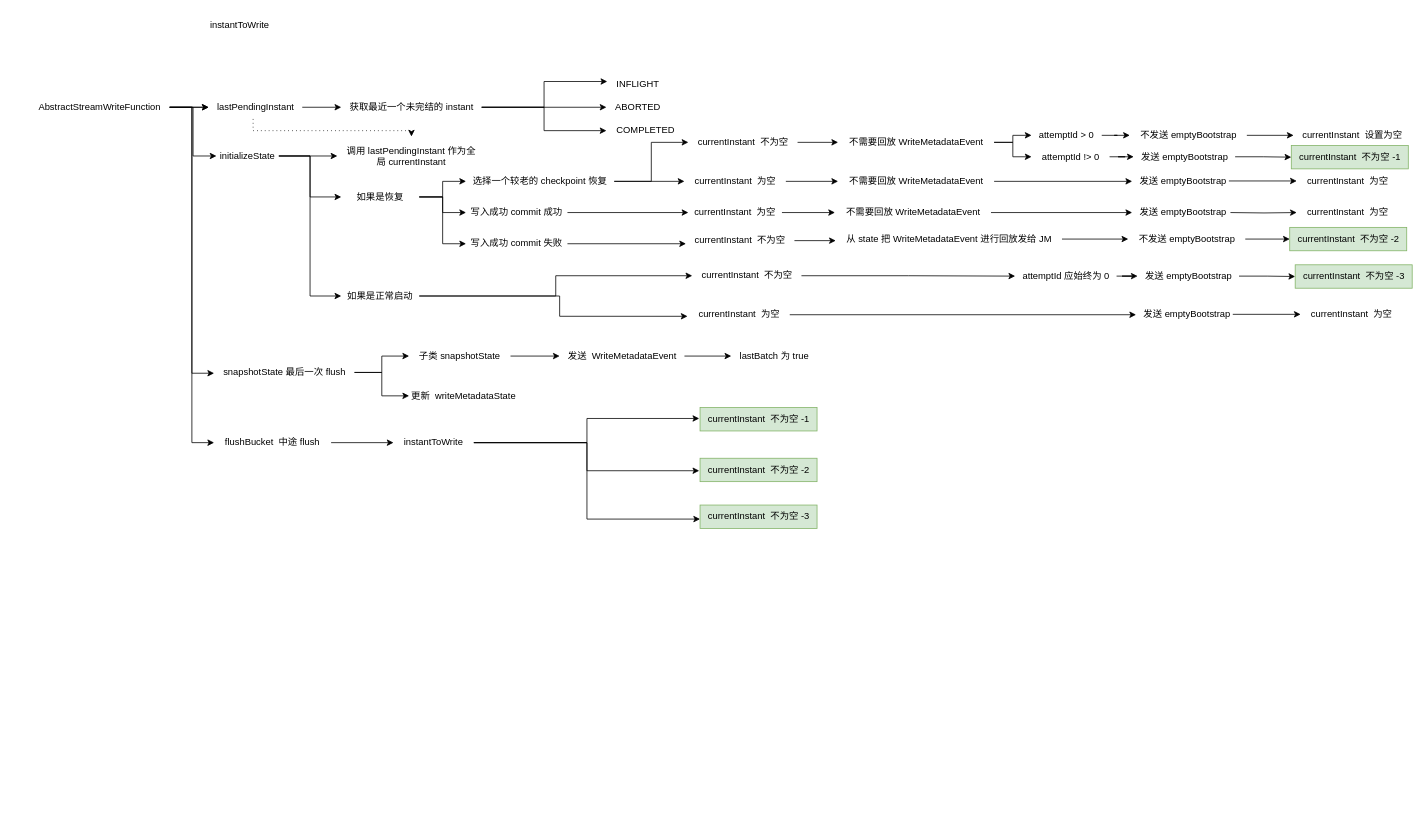
Before: hudi flink.drawio in loukey-lj/WX, a draw.io diagram. Source tidied: cells renumbered, new cells numbered last; positions are measured from the earlier drawing's top-left corner, leaving out a move shared by most shapes. Both pictures are drawn from the tidied source at 78%, with x=0, y=0 at pixel (29, 13).
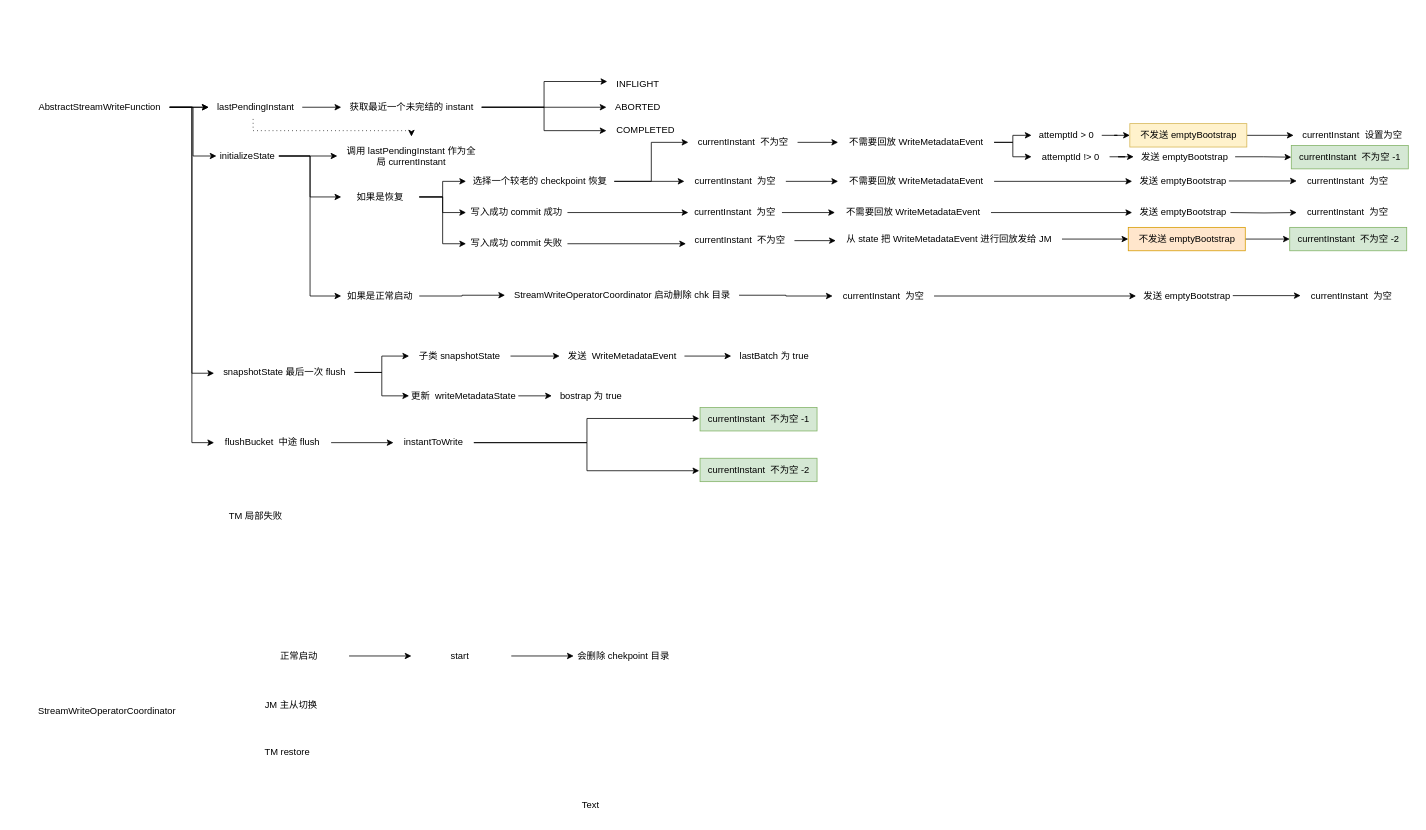
The same diagram, later.

The change refers to these unchanged cells:
```xml
<mxCell id="72" value="如果是正常启动" style="text;html=1;strokeColor=none;fillColor=none;align=center;verticalAlign=middle;whiteSpace=wrap;rounded=0;" parent="1" vertex="1">
  <mxGeometry x="400" y="347" width="100" height="30" as="geometry" />
</mxCell>
<mxCell id="90" value="更新&amp;nbsp;&amp;nbsp;writeMetadataState" style="text;html=1;strokeColor=none;fillColor=none;align=center;verticalAlign=middle;whiteSpace=wrap;rounded=0;shadow=0;" parent="1" vertex="1">
  <mxGeometry x="487" y="475" width="140" height="30" as="geometry" />
</mxCell>
<mxCell id="100" value="instantToWrite" style="text;html=1;strokeColor=none;fillColor=none;align=center;verticalAlign=middle;whiteSpace=wrap;rounded=0;shadow=0;" parent="1" vertex="1">
  <mxGeometry x="467" y="540" width="103" height="20" as="geometry" />
</mxCell>
```

Diff of the diagram source:
```diff
@@
-    <mxCell id="56" value="不发送&amp;nbsp;emptyBootstrap" style="text;html=1;align=center;verticalAlign=middle;points=[];strokeColor=none;fillColor=none;" parent="1" vertex="1">
+    <mxCell id="56" value="不发送&amp;nbsp;emptyBootstrap" style="text;html=1;align=center;verticalAlign=middle;points=[];strokeColor=#d6b656;fillColor=#fff2cc;" parent="1" vertex="1">
       <mxGeometry x="1411" y="141" width="150" height="30" as="geometry" />
     </mxCell>
@@
-    <mxCell id="68" value="不发送&amp;nbsp;emptyBootstrap" style="text;html=1;align=center;verticalAlign=middle;points=[];strokeColor=none;fillColor=none;" parent="1" vertex="1">
+    <mxCell id="68" value="不发送&amp;nbsp;emptyBootstrap" style="text;html=1;align=center;verticalAlign=middle;points=[];strokeColor=#d79b00;fillColor=#ffe6cc;" parent="1" vertex="1">
       <mxGeometry x="1409" y="274" width="150" height="30" as="geometry" />
     </mxCell>
@@
-    <mxCell id="70" style="edgeStyle=orthogonalEdgeStyle;rounded=0;jettySize=auto;html=1;" parent="1" edge="1" source="72" target="76">
-      <mxGeometry relative="1" as="geometry" />
-    </mxCell>
-    <mxCell id="71" style="edgeStyle=orthogonalEdgeStyle;rounded=0;jettySize=auto;html=1;entryX=-0.008;entryY=0.567;entryDx=0;entryDy=0;entryPerimeter=0;" parent="1" edge="1" source="72" target="74">
-      <mxGeometry relative="1" as="geometry">
-        <Array as="points">
-          <mxPoint x="680" y="362" />
-          <mxPoint x="680" y="388" />
-        </Array>
-      </mxGeometry>
-    </mxCell>
+    <mxCell id="104" style="edgeStyle=orthogonalEdgeStyle;rounded=0;jettySize=auto;html=1;shadow=0;" parent="1" edge="1" source="72" target="116">
+      <mxGeometry relative="1" as="geometry" />
+    </mxCell>
@@
     <mxCell id="74" value="&lt;span style=&quot;&quot;&gt;currentInstant&amp;nbsp; 为空&lt;/span&gt;" style="text;html=1;align=center;verticalAlign=middle;points=[];strokeColor=none;fillColor=none;" parent="1" vertex="1">
-      <mxGeometry x="845" y="371" width="130" height="30" as="geometry" />
+      <mxGeometry x="1030" y="347" width="130" height="30" as="geometry" />
     </mxCell>
-    <mxCell id="75" style="edgeStyle=orthogonalEdgeStyle;rounded=0;jettySize=auto;html=1;" parent="1" edge="1" source="76" target="79">
-      <mxGeometry relative="1" as="geometry" />
-    </mxCell>
-    <mxCell id="76" value="&lt;span style=&quot;&quot;&gt;currentInstant&amp;nbsp; 不为空&lt;/span&gt;" style="text;html=1;align=center;verticalAlign=middle;points=[];strokeColor=none;fillColor=none;" parent="1" vertex="1">
-      <mxGeometry x="850" y="321" width="140" height="30" as="geometry" />
-    </mxCell>
     <mxCell id="77" value="发送&amp;nbsp;emptyBootstrap" style="text;html=1;align=center;verticalAlign=middle;points=[];strokeColor=none;fillColor=none;" parent="1" vertex="1">
-      <mxGeometry x="1419" y="371" width="130" height="30" as="geometry" />
+      <mxGeometry x="1419" y="347" width="130" height="30" as="geometry" />
     </mxCell>
-    <mxCell id="78" style="edgeStyle=orthogonalEdgeStyle;rounded=0;jettySize=auto;html=1;shadow=0;" parent="1" edge="1" source="79" target="81">
-      <mxGeometry relative="1" as="geometry" />
-    </mxCell>
-    <mxCell id="79" value="&lt;span style=&quot;&quot;&gt;attemptId 应始终为 0&lt;/span&gt;" style="text;html=1;align=center;verticalAlign=middle;points=[];strokeColor=none;fillColor=none;" parent="1" vertex="1">
-      <mxGeometry x="1264" y="321.5" width="130" height="30" as="geometry" />
-    </mxCell>
-    <mxCell id="80" style="edgeStyle=orthogonalEdgeStyle;rounded=0;jettySize=auto;html=1;" parent="1" edge="1" source="81" target="82">
-      <mxGeometry relative="1" as="geometry" />
-    </mxCell>
-    <mxCell id="81" value="发送&amp;nbsp;emptyBootstrap" style="text;html=1;align=center;verticalAlign=middle;points=[];strokeColor=none;fillColor=none;" parent="1" vertex="1">
-      <mxGeometry x="1421" y="321.5" width="130" height="30" as="geometry" />
-    </mxCell>
-    <mxCell id="82" value="currentInstant&amp;nbsp; 不为空 -3" style="text;html=1;align=center;verticalAlign=middle;points=[];strokeColor=#82b366;fillColor=#d5e8d4;" parent="1" vertex="1">
-      <mxGeometry x="1623" y="322" width="150" height="30" as="geometry" />
-    </mxCell>
     <mxCell id="83" style="edgeStyle=orthogonalEdgeStyle;rounded=0;jettySize=auto;html=1;" parent="1" edge="1" target="84">
       <mxGeometry relative="1" as="geometry">
-        <mxPoint x="1543" y="385.5" as="sourcePoint" />
+        <mxPoint x="1543" y="361.5" as="sourcePoint" />
       </mxGeometry>
     </mxCell>
     <mxCell id="84" value="currentInstant&amp;nbsp; 为空" style="text;html=1;align=center;verticalAlign=middle;points=[];strokeColor=none;fillColor=none;" parent="1" vertex="1">
-      <mxGeometry x="1630" y="371" width="130" height="30" as="geometry" />
+      <mxGeometry x="1630" y="347" width="130" height="30" as="geometry" />
     </mxCell>
@@
+    <mxCell id="105" style="edgeStyle=orthogonalEdgeStyle;rounded=0;jettySize=auto;html=1;shadow=0;" parent="1" edge="1" source="90" target="117">
+      <mxGeometry relative="1" as="geometry" />
+    </mxCell>
@@
-    <mxCell id="91" value="instantToWrite" style="text;html=1;strokeColor=none;fillColor=none;align=center;verticalAlign=middle;whiteSpace=wrap;rounded=0;shadow=0;" parent="1" vertex="1">
-      <mxGeometry x="240" width="60" height="30" as="geometry" />
-    </mxCell>
@@
-    <mxCell id="99" style="edgeStyle=orthogonalEdgeStyle;rounded=0;jettySize=auto;html=1;entryX=0;entryY=0.6;entryDx=0;entryDy=0;entryPerimeter=0;shadow=0;" parent="1" edge="1" source="100" target="103">
-      <mxGeometry relative="1" as="geometry" />
-    </mxCell>
@@
-    <mxCell id="103" value="currentInstant&amp;nbsp; 不为空 -3" style="text;html=1;align=center;verticalAlign=middle;points=[];strokeColor=#82b366;fillColor=#d5e8d4;" parent="1" vertex="1">
-      <mxGeometry x="860" y="630" width="150" height="30" as="geometry" />
-    </mxCell>
+    <mxCell id="106" value="StreamWriteOperatorCoordinator" style="text;html=1;strokeColor=none;fillColor=none;align=center;verticalAlign=middle;whiteSpace=wrap;rounded=0;shadow=0;" parent="1" vertex="1">
+      <mxGeometry x="-20" y="870" width="240" height="50" as="geometry" />
+    </mxCell>
+    <mxCell id="107" style="edgeStyle=orthogonalEdgeStyle;rounded=0;jettySize=auto;html=1;shadow=0;" parent="1" edge="1" source="108" target="112">
+      <mxGeometry relative="1" as="geometry" />
+    </mxCell>
+    <mxCell id="108" value="正常启动" style="text;html=1;strokeColor=none;fillColor=none;align=center;verticalAlign=middle;whiteSpace=wrap;rounded=0;shadow=0;" parent="1" vertex="1">
+      <mxGeometry x="282" y="807" width="128" height="33" as="geometry" />
+    </mxCell>
+    <mxCell id="109" value="JM 主从切换" style="text;html=1;strokeColor=none;fillColor=none;align=center;verticalAlign=middle;whiteSpace=wrap;rounded=0;shadow=0;" parent="1" vertex="1">
+      <mxGeometry x="272" y="870" width="128" height="33" as="geometry" />
+    </mxCell>
+    <mxCell id="110" value="TM restore" style="text;html=1;strokeColor=none;fillColor=none;align=center;verticalAlign=middle;whiteSpace=wrap;rounded=0;shadow=0;" parent="1" vertex="1">
+      <mxGeometry x="267" y="930" width="128" height="33" as="geometry" />
+    </mxCell>
+    <mxCell id="111" style="edgeStyle=orthogonalEdgeStyle;rounded=0;jettySize=auto;html=1;shadow=0;" parent="1" edge="1" source="112" target="113">
+      <mxGeometry relative="1" as="geometry" />
+    </mxCell>
+    <mxCell id="112" value="start&amp;nbsp;" style="text;html=1;strokeColor=none;fillColor=none;align=center;verticalAlign=middle;whiteSpace=wrap;rounded=0;shadow=0;" parent="1" vertex="1">
+      <mxGeometry x="490" y="807" width="128" height="33" as="geometry" />
+    </mxCell>
+    <mxCell id="113" value="会删除 chekpoint 目录" style="text;html=1;strokeColor=none;fillColor=none;align=center;verticalAlign=middle;whiteSpace=wrap;rounded=0;shadow=0;" parent="1" vertex="1">
+      <mxGeometry x="698" y="807" width="128" height="33" as="geometry" />
+    </mxCell>
+    <mxCell id="114" value="TM 局部失败" style="text;html=1;align=center;verticalAlign=middle;strokeColor=none;fillColor=none;" parent="1" vertex="1">
+      <mxGeometry x="245" y="630" width="90" height="30" as="geometry" />
+    </mxCell>
+    <mxCell id="115" style="edgeStyle=orthogonalEdgeStyle;rounded=0;jettySize=auto;html=1;shadow=0;" parent="1" edge="1" source="116" target="74">
+      <mxGeometry relative="1" as="geometry" />
+    </mxCell>
+    <mxCell id="116" value="&lt;span style=&quot;&quot;&gt;StreamWriteOperatorCoordinator 启动删除 chk 目录&lt;/span&gt;" style="text;html=1;align=center;verticalAlign=middle;points=[];strokeColor=none;fillColor=none;" parent="1" vertex="1">
+      <mxGeometry x="610" y="346" width="300" height="30" as="geometry" />
+    </mxCell>
+    <mxCell id="117" value="bostrap 为 true" style="text;html=1;align=center;verticalAlign=middle;points=[];strokeColor=none;fillColor=none;" parent="1" vertex="1">
+      <mxGeometry x="670" y="475" width="100" height="30" as="geometry" />
+    </mxCell>
+    <mxCell id="118" value="Text" style="text;html=1;strokeColor=none;fillColor=none;align=center;verticalAlign=middle;whiteSpace=wrap;rounded=0;shadow=0;" parent="1" vertex="1">
+      <mxGeometry x="690" y="1000" width="60" height="30" as="geometry" />
+    </mxCell>
```
